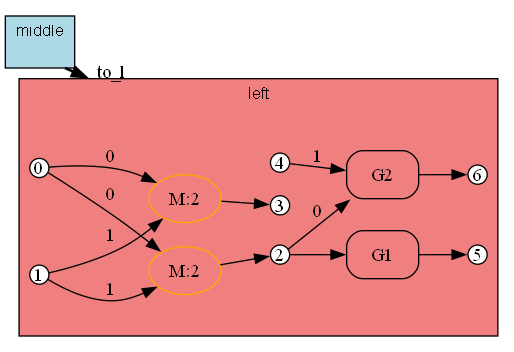
ammatsui/bhypvis keeps this Graphviz diagram as crates/bhyp/images/test_copy_subst_commute/path1_shared_span_for_substitution_to_l.png. Above is the earlier version. Its source is kept beside it as crates/bhyp/images/test_copy_subst_commute/path1_shared_span_for_substitution_to_l.dot.
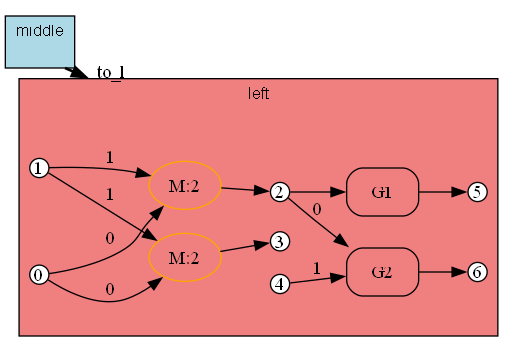
The same file after the commit.

What changed in the source:
```diff
@@ -22,28 +22,28 @@
     fontname="Helvetica";
     fontsize=12;
 
+    cod_n5 [label="5", shape=circle, style=filled, fillcolor=white, color="black", width=0.2, height=0.2, fixedsize=true];
     cod_n6 [label="6", shape=circle, style=filled, fillcolor=white, color="black", width=0.2, height=0.2, fixedsize=true];
-    cod_n1 [label="1", shape=circle, style=filled, fillcolor=white, color="black", width=0.2, height=0.2, fixedsize=true];
     cod_n2 [label="2", shape=circle, style=filled, fillcolor=white, color="black", width=0.2, height=0.2, fixedsize=true];
-    cod_n3 [label="3", shape=circle, style=filled, fillcolor=white, color="black", width=0.2, height=0.2, fixedsize=true];
     cod_n4 [label="4", shape=circle, style=filled, fillcolor=white, color="black", width=0.2, height=0.2, fixedsize=true];
     cod_n0 [label="0", shape=circle, style=filled, fillcolor=white, color="black", width=0.2, height=0.2, fixedsize=true];
-    cod_n5 [label="5", shape=circle, style=filled, fillcolor=white, color="black", width=0.2, height=0.2, fixedsize=true];
+    cod_n1 [label="1", shape=circle, style=filled, fillcolor=white, color="black", width=0.2, height=0.2, fixedsize=true];
+    cod_n3 [label="3", shape=circle, style=filled, fillcolor=white, color="black", width=0.2, height=0.2, fixedsize=true];
+    cod_e1 [label="M:2", shape=ellipse, style=rounded, color="orange"];
+    cod_e3 [label="G1", shape=box, style=rounded, color="black"];
     cod_e0 [label="M:2", shape=ellipse, style=rounded, color="orange"];
     cod_e2 [label="G2", shape=box, style=rounded, color="black"];
-    cod_e3 [label="G1", shape=box, style=rounded, color="black"];
-    cod_e1 [label="M:2", shape=ellipse, style=rounded, color="orange"];
+    cod_n0 -> cod_e1 [label="0"];
+    cod_n1 -> cod_e1 [label="1"];
+    cod_e1 -> cod_n3 [label=""];
+    cod_n2 -> cod_e3 [label=""];
+    cod_e3 -> cod_n5 [label=""];
     cod_n0 -> cod_e0 [label="0"];
     cod_n1 -> cod_e0 [label="1"];
     cod_e0 -> cod_n2 [label=""];
     cod_n2 -> cod_e2 [label="0"];
     cod_n4 -> cod_e2 [label="1"];
     cod_e2 -> cod_n6 [label=""];
-    cod_n2 -> cod_e3 [label=""];
-    cod_e3 -> cod_n5 [label=""];
-    cod_n0 -> cod_e1 [label="0"];
-    cod_n1 -> cod_e1 [label="1"];
-    cod_e1 -> cod_n3 [label=""];
     cod_anchor [shape=point, width=0, height=0, style=invis];
   }
 
```
